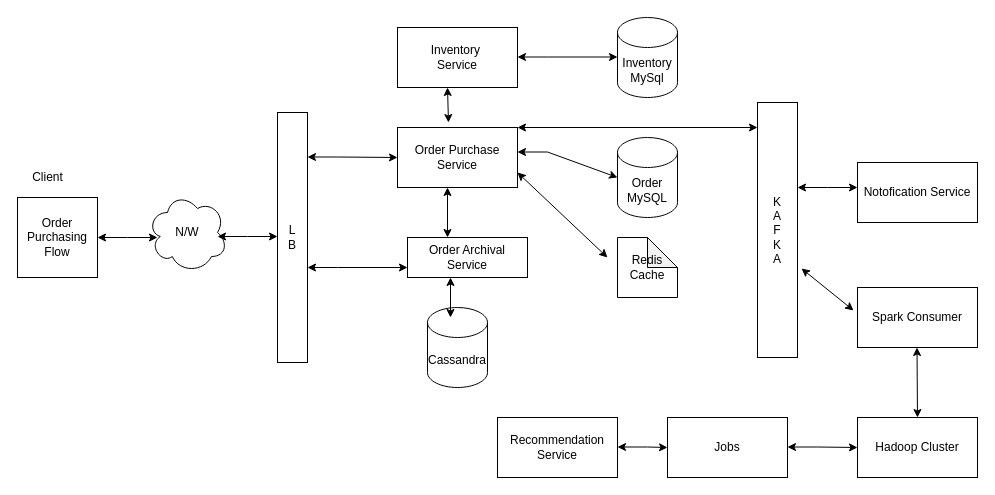
Before: onlineProcessing/GoogleMap.drawio in sandeeprgurav/systemDesign, a draw.io diagram. Source tidied: cells renumbered, new cells numbered last; positions are measured from the earlier drawing's top-left corner, leaving out a move shared by most shapes. Both pictures are drawn from the tidied source at 100%, with x=0, y=0 at pixel (17, 17).
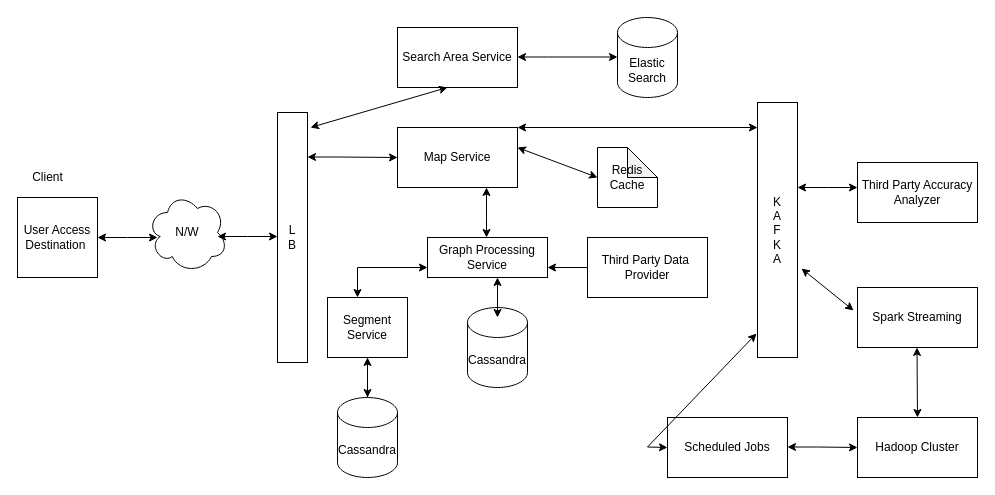
After the change.

Unchanged cells that the change refers to:
```xml
<mxCell id="3" value="L&lt;br&gt;B" style="rounded=0;whiteSpace=wrap;html=1;" parent="1" vertex="1">
  <mxGeometry x="260" y="95" width="30" height="250" as="geometry" />
</mxCell>
<mxCell id="11" value="K&lt;br&gt;A&lt;br&gt;F&lt;br&gt;K&lt;br&gt;A" style="rounded=0;whiteSpace=wrap;html=1;" parent="1" vertex="1">
  <mxGeometry x="740" y="85" width="40" height="255" as="geometry" />
</mxCell>
```

What changed in the source:
```diff
@@
-    <mxCell id="2" value="Order Purchasing Flow" style="whiteSpace=wrap;html=1;" parent="1" vertex="1">
+    <mxCell id="2" value="User Access Destination&amp;nbsp;" style="whiteSpace=wrap;html=1;" parent="1" vertex="1">
       <mxGeometry y="180" width="80" height="80" as="geometry" />
     </mxCell>
@@
-    <mxCell id="6" value="Order Purchase Service" style="rounded=0;whiteSpace=wrap;html=1;" parent="1" vertex="1">
+    <mxCell id="6" value="Map Service" style="rounded=0;whiteSpace=wrap;html=1;" parent="1" vertex="1">
       <mxGeometry x="380" y="110" width="120" height="60" as="geometry" />
     </mxCell>
-    <mxCell id="7" value="Order&lt;br&gt;MySQL" style="shape=cylinder3;whiteSpace=wrap;html=1;boundedLbl=1;backgroundOutline=1;size=15;" parent="1" vertex="1">
-      <mxGeometry x="600" y="120" width="60" height="80" as="geometry" />
-    </mxCell>
     <mxCell id="8" value="Redis Cache" style="shape=note;whiteSpace=wrap;html=1;backgroundOutline=1;darkOpacity=0.05;size=30;" parent="1" vertex="1">
-      <mxGeometry x="600" y="220" width="60" height="60" as="geometry" />
+      <mxGeometry x="580" y="130" width="60" height="60" as="geometry" />
     </mxCell>
     <mxCell id="9" value="Cassandra" style="shape=cylinder3;whiteSpace=wrap;html=1;boundedLbl=1;backgroundOutline=1;size=15;" parent="1" vertex="1">
-      <mxGeometry x="410" y="290" width="60" height="80" as="geometry" />
+      <mxGeometry x="450" y="290" width="60" height="80" as="geometry" />
     </mxCell>
-    <mxCell id="10" value="Order Archival Service" style="rounded=0;whiteSpace=wrap;html=1;" parent="1" vertex="1">
-      <mxGeometry x="390" y="220" width="120" height="40" as="geometry" />
+    <mxCell id="10" value="Graph Processing&lt;br&gt;Service" style="rounded=0;whiteSpace=wrap;html=1;" parent="1" vertex="1">
+      <mxGeometry x="410" y="220" width="120" height="40" as="geometry" />
     </mxCell>
@@
-    <mxCell id="12" value="Notofication Service" style="rounded=0;whiteSpace=wrap;html=1;" parent="1" vertex="1">
+    <mxCell id="12" value="Third Party Accuracy Analyzer" style="rounded=0;whiteSpace=wrap;html=1;" parent="1" vertex="1">
       <mxGeometry x="840" y="145" width="120" height="60" as="geometry" />
     </mxCell>
-    <mxCell id="13" value="Spark Consumer" style="rounded=0;whiteSpace=wrap;html=1;" parent="1" vertex="1">
+    <mxCell id="13" value="Spark Streaming" style="rounded=0;whiteSpace=wrap;html=1;" parent="1" vertex="1">
       <mxGeometry x="840" y="270" width="120" height="60" as="geometry" />
     </mxCell>
@@
-    <mxCell id="15" value="Jobs" style="rounded=0;whiteSpace=wrap;html=1;" parent="1" vertex="1">
+    <mxCell id="15" value="Scheduled Jobs" style="rounded=0;whiteSpace=wrap;html=1;" parent="1" vertex="1">
       <mxGeometry x="650" y="400" width="120" height="60" as="geometry" />
     </mxCell>
-    <mxCell id="16" value="Recommendation&lt;br&gt;Service" style="rounded=0;whiteSpace=wrap;html=1;" parent="1" vertex="1">
-      <mxGeometry x="480" y="400" width="120" height="60" as="geometry" />
-    </mxCell>
-    <mxCell id="17" value="Inventory&lt;br&gt;MySql" style="shape=cylinder3;whiteSpace=wrap;html=1;boundedLbl=1;backgroundOutline=1;size=15;" parent="1" vertex="1">
+    <mxCell id="17" value="Elastic Search" style="shape=cylinder3;whiteSpace=wrap;html=1;boundedLbl=1;backgroundOutline=1;size=15;" parent="1" vertex="1">
       <mxGeometry x="600" width="60" height="80" as="geometry" />
     </mxCell>
-    <mxCell id="18" value="Inventory&amp;nbsp;&lt;br&gt;Service" style="rounded=0;whiteSpace=wrap;html=1;" parent="1" vertex="1">
+    <mxCell id="18" value="Search Area Service" style="rounded=0;whiteSpace=wrap;html=1;" parent="1" vertex="1">
       <mxGeometry x="380" y="10" width="120" height="60" as="geometry" />
     </mxCell>
@@
-    <mxCell id="22" style="endArrow=classic;startArrow=classic;html=1;rounded=0;" parent="1" edge="1">
-      <mxGeometry relative="1" as="geometry">
-        <mxPoint x="290" y="250" as="sourcePoint" />
-        <mxPoint x="390" y="250" as="targetPoint" />
-        <Array as="points">
-          <mxPoint x="320" y="250" />
-        </Array>
-      </mxGeometry>
-    </mxCell>
-    <mxCell id="23" style="endArrow=classic;startArrow=classic;html=1;rounded=0;exitX=1;exitY=0.75;exitDx=0;exitDy=0;" parent="1" edge="1" source="6">
+    <mxCell id="23" style="endArrow=classic;startArrow=classic;html=1;rounded=0;" parent="1" edge="1">
       <mxGeometry relative="1" as="geometry">
-        <mxPoint x="590" y="240" as="targetPoint" />
+        <mxPoint x="500" y="130" as="sourcePoint" />
+        <mxPoint x="580" y="160" as="targetPoint" />
       </mxGeometry>
     </mxCell>
@@
-    <mxCell id="26" style="endArrow=classic;startArrow=classic;html=1;rounded=0;" parent="1" edge="1">
+    <mxCell id="26" style="endArrow=classic;startArrow=classic;html=1;rounded=0;exitX=-0.025;exitY=0.906;exitDx=0;exitDy=0;exitPerimeter=0;" parent="1" edge="1" source="11">
       <mxGeometry relative="1" as="geometry">
-        <mxPoint x="600" y="429.5" as="sourcePoint" />
         <mxPoint x="650" y="430" as="targetPoint" />
         <Array as="points">
           <mxPoint x="630" y="429.5" />
         </Array>
       </mxGeometry>
     </mxCell>
@@
     <mxCell id="28" style="endArrow=classic;startArrow=classic;html=1;rounded=0;" parent="1" edge="1">
       <mxGeometry relative="1" as="geometry">
-        <mxPoint x="430" y="220" as="sourcePoint" />
-        <mxPoint x="430" y="170" as="targetPoint" />
+        <mxPoint x="469" y="220" as="sourcePoint" />
+        <mxPoint x="469" y="170" as="targetPoint" />
+        <Array as="points">
+          <mxPoint x="469" y="200" />
+        </Array>
       </mxGeometry>
     </mxCell>
-    <mxCell id="29" style="endArrow=classic;startArrow=classic;html=1;rounded=0;exitX=0.425;exitY=-0.083;exitDx=0;exitDy=0;exitPerimeter=0;" parent="1" edge="1" source="6">
+    <mxCell id="29" style="endArrow=classic;startArrow=classic;html=1;rounded=0;exitX=1.1;exitY=0.06;exitDx=0;exitDy=0;exitPerimeter=0;" parent="1" edge="1" source="3">
       <mxGeometry relative="1" as="geometry">
         <mxPoint x="430" y="70" as="targetPoint" />
       </mxGeometry>
     </mxCell>
     <mxCell id="30" style="endArrow=classic;startArrow=classic;html=1;rounded=0;" parent="1" edge="1">
       <mxGeometry relative="1" as="geometry">
-        <mxPoint x="433" y="300" as="sourcePoint" />
-        <mxPoint x="433" y="260" as="targetPoint" />
+        <mxPoint x="480" y="300" as="sourcePoint" />
+        <mxPoint x="480" y="260" as="targetPoint" />
       </mxGeometry>
     </mxCell>
@@
-    <mxCell id="33" style="endArrow=classic;startArrow=classic;html=1;rounded=0;entryX=0;entryY=0.5;entryDx=0;entryDy=0;entryPerimeter=0;" parent="1" edge="1" target="7">
-      <mxGeometry relative="1" as="geometry">
-        <mxPoint x="500" y="134.5" as="sourcePoint" />
-        <Array as="points">
-          <mxPoint x="530" y="134.5" />
-        </Array>
-      </mxGeometry>
-    </mxCell>
@@
+    <mxCell id="35" value="Third Party Data&amp;nbsp;&lt;br&gt;Provider" style="rounded=0;whiteSpace=wrap;html=1;" parent="1" vertex="1">
+      <mxGeometry x="570" y="220" width="120" height="60" as="geometry" />
+    </mxCell>
+    <mxCell id="36" style="endArrow=classic;html=1;rounded=0;" parent="1" edge="1">
+      <mxGeometry relative="1" as="geometry">
+        <mxPoint x="570" y="250" as="sourcePoint" />
+        <mxPoint x="530" y="250" as="targetPoint" />
+      </mxGeometry>
+    </mxCell>
+    <mxCell id="37" style="edgeStyle=orthogonalEdgeStyle;rounded=0;jettySize=auto;html=1;" parent="1" edge="1" source="38" target="40">
+      <mxGeometry relative="1" as="geometry" />
+    </mxCell>
+    <mxCell id="38" value="Segment Service" style="rounded=0;whiteSpace=wrap;html=1;" parent="1" vertex="1">
+      <mxGeometry x="310" y="280" width="80" height="60" as="geometry" />
+    </mxCell>
+    <mxCell id="39" style="edgeStyle=orthogonalEdgeStyle;rounded=0;jettySize=auto;html=1;" parent="1" edge="1" source="40" target="38">
+      <mxGeometry relative="1" as="geometry" />
+    </mxCell>
+    <mxCell id="40" value="Cassandra" style="shape=cylinder3;whiteSpace=wrap;html=1;boundedLbl=1;backgroundOutline=1;size=15;" parent="1" vertex="1">
+      <mxGeometry x="320" y="380" width="60" height="80" as="geometry" />
+    </mxCell>
+    <mxCell id="41" style="endArrow=classic;startArrow=classic;html=1;rounded=0;entryX=0;entryY=0.75;entryDx=0;entryDy=0;" parent="1" edge="1" target="10">
+      <mxGeometry relative="1" as="geometry">
+        <mxPoint x="340" y="280" as="sourcePoint" />
+        <Array as="points">
+          <mxPoint x="340" y="250" />
+        </Array>
+      </mxGeometry>
+    </mxCell>
```
